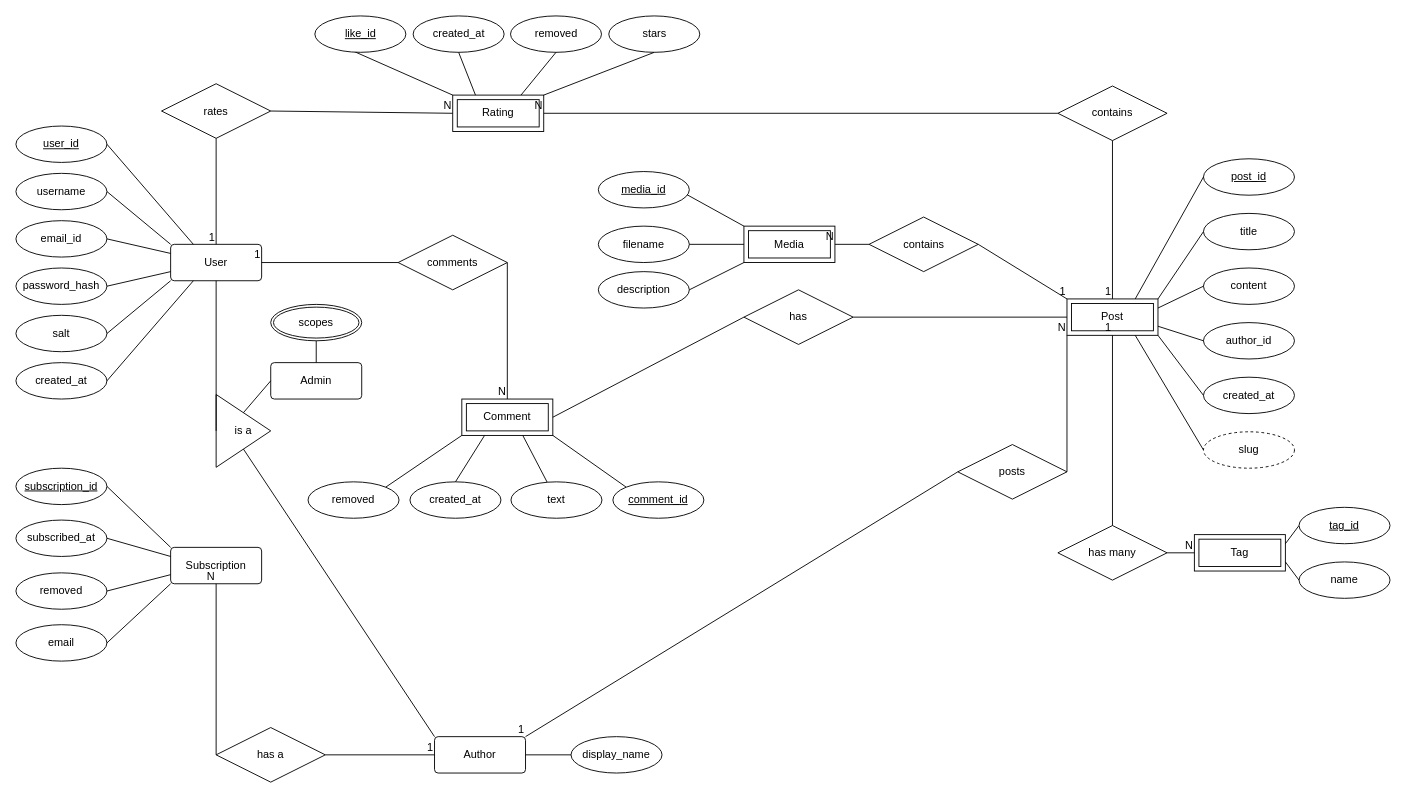
Before: diagrams/Untitled Diagram.drawio in blood-rogue/er-diagram, a draw.io diagram. Source tidied: cells renumbered, new cells numbered last; positions are measured from the earlier drawing's top-left corner, leaving out a move shared by most shapes. Both pictures are drawn from the tidied source at 91%, with x=0, y=0 at pixel (15, 15).
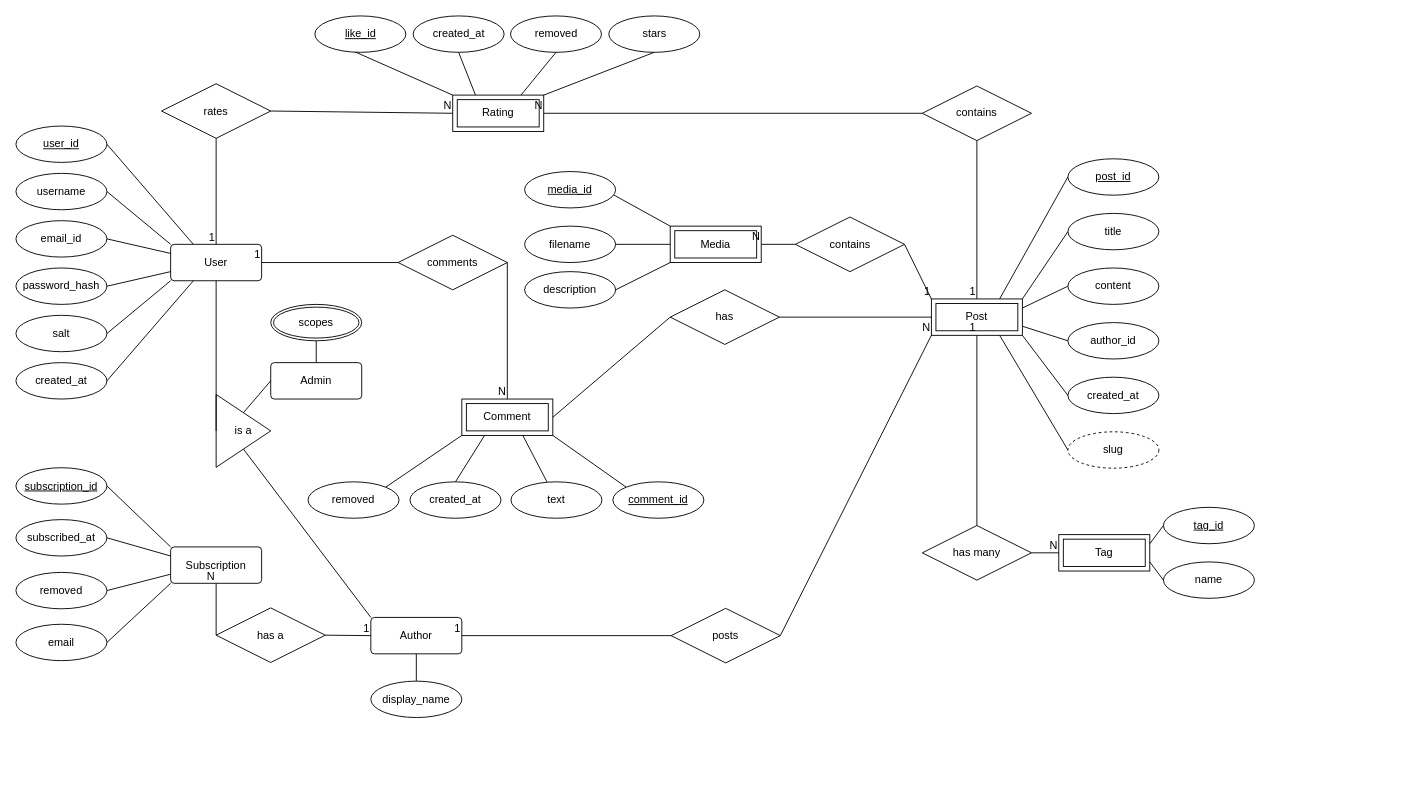
After the change.

Diff of the diagram source:
```diff
@@
     <mxCell id="12" value="Media" style="shape=ext;margin=3;double=1;whiteSpace=wrap;html=1;align=center;" parent="1" vertex="1">
-      <mxGeometry x="800" y="231" width="100" height="40" as="geometry" />
+      <mxGeometry x="719" y="231" width="100" height="40" as="geometry" />
     </mxCell>
@@
     <mxCell id="22" value="Tag" style="shape=ext;margin=3;double=1;whiteSpace=wrap;html=1;align=center;" parent="1" vertex="1">
-      <mxGeometry x="1295" y="570" width="100" height="40" as="geometry" />
+      <mxGeometry x="1146" y="570" width="100" height="40" as="geometry" />
     </mxCell>
@@
     <mxCell id="31" value="Post" style="shape=ext;margin=3;double=1;whiteSpace=wrap;html=1;align=center;" parent="1" vertex="1">
-      <mxGeometry x="1155" y="311" width="100" height="40" as="geometry" />
+      <mxGeometry x="1006" y="311" width="100" height="40" as="geometry" />
     </mxCell>
     <mxCell id="32" value="created_at" style="ellipse;whiteSpace=wrap;html=1;align=center;" parent="1" vertex="1">
-      <mxGeometry x="1305" y="397" width="100" height="40" as="geometry" />
+      <mxGeometry x="1156" y="397" width="100" height="40" as="geometry" />
     </mxCell>
     <mxCell id="33" value="author_id" style="ellipse;whiteSpace=wrap;html=1;align=center;" parent="1" vertex="1">
-      <mxGeometry x="1305" y="337" width="100" height="40" as="geometry" />
+      <mxGeometry x="1156" y="337" width="100" height="40" as="geometry" />
     </mxCell>
     <mxCell id="34" value="content" style="ellipse;whiteSpace=wrap;html=1;align=center;" parent="1" vertex="1">
-      <mxGeometry x="1305" y="277" width="100" height="40" as="geometry" />
+      <mxGeometry x="1156" y="277" width="100" height="40" as="geometry" />
     </mxCell>
     <mxCell id="35" value="title" style="ellipse;whiteSpace=wrap;html=1;align=center;" parent="1" vertex="1">
-      <mxGeometry x="1305" y="217" width="100" height="40" as="geometry" />
+      <mxGeometry x="1156" y="217" width="100" height="40" as="geometry" />
     </mxCell>
@@
     <mxCell id="41" value="subscribed_at" style="ellipse;whiteSpace=wrap;html=1;align=center;" parent="1" vertex="1">
-      <mxGeometry y="554" width="100" height="40" as="geometry" />
+      <mxGeometry y="553.5" width="100" height="40" as="geometry" />
     </mxCell>
     <mxCell id="42" value="removed" style="ellipse;whiteSpace=wrap;html=1;align=center;" parent="1" vertex="1">
-      <mxGeometry y="612" width="100" height="40" as="geometry" />
+      <mxGeometry y="611.5" width="100" height="40" as="geometry" />
     </mxCell>
     <mxCell id="43" value="Subscription" style="rounded=1;arcSize=10;whiteSpace=wrap;html=1;align=center;" parent="1" vertex="1">
-      <mxGeometry x="170" y="584" width="100" height="40" as="geometry" />
+      <mxGeometry x="170" y="583.5" width="100" height="40" as="geometry" />
     </mxCell>
     <mxCell id="44" value="subscription_id" style="ellipse;whiteSpace=wrap;html=1;align=center;fontStyle=4;" parent="1" vertex="1">
-      <mxGeometry y="497" width="100" height="40" as="geometry" />
+      <mxGeometry y="496.5" width="100" height="40" as="geometry" />
     </mxCell>
@@
     <mxCell id="48" value="description" style="ellipse;whiteSpace=wrap;html=1;align=center;" parent="1" vertex="1">
-      <mxGeometry x="640" y="281" width="100" height="40" as="geometry" />
+      <mxGeometry x="559" y="281" width="100" height="40" as="geometry" />
     </mxCell>
     <mxCell id="49" value="filename" style="ellipse;whiteSpace=wrap;html=1;align=center;" parent="1" vertex="1">
-      <mxGeometry x="640" y="231" width="100" height="40" as="geometry" />
+      <mxGeometry x="559" y="231" width="100" height="40" as="geometry" />
     </mxCell>
     <mxCell id="50" style="endArrow=none;html=1;rounded=0;entryX=0;entryY=0;entryDx=0;entryDy=0;exitX=0.961;exitY=0.368;exitDx=0;exitDy=0;exitPerimeter=0;" parent="1" edge="1" target="12">
       <mxGeometry relative="1" as="geometry">
-        <mxPoint x="736.1" y="195.7" as="sourcePoint" />
+        <mxPoint x="655.1" y="195.7" as="sourcePoint" />
       </mxGeometry>
     </mxCell>
@@
     <mxCell id="53" value="name" style="ellipse;whiteSpace=wrap;html=1;align=center;" parent="1" vertex="1">
-      <mxGeometry x="1410" y="600" width="100" height="40" as="geometry" />
+      <mxGeometry x="1261" y="600" width="100" height="40" as="geometry" />
     </mxCell>
@@
     <mxCell id="56" value="email" style="ellipse;whiteSpace=wrap;html=1;align=center;" parent="1" vertex="1">
-      <mxGeometry y="669" width="100" height="40" as="geometry" />
+      <mxGeometry y="668.5" width="100" height="40" as="geometry" />
     </mxCell>
@@
     <mxCell id="62" value="Author" style="rounded=1;arcSize=10;whiteSpace=wrap;html=1;align=center;" parent="1" vertex="1">
-      <mxGeometry x="460" y="792" width="100" height="40" as="geometry" />
+      <mxGeometry x="390" y="661" width="100" height="40" as="geometry" />
     </mxCell>
     <mxCell id="63" value="post_id" style="ellipse;whiteSpace=wrap;html=1;align=center;fontStyle=4;" parent="1" vertex="1">
-      <mxGeometry x="1305" y="157" width="100" height="40" as="geometry" />
+      <mxGeometry x="1156" y="157" width="100" height="40" as="geometry" />
     </mxCell>
@@
     <mxCell id="65" value="tag_id" style="ellipse;whiteSpace=wrap;html=1;align=center;fontStyle=4;" parent="1" vertex="1">
-      <mxGeometry x="1410" y="540" width="100" height="40" as="geometry" />
+      <mxGeometry x="1261" y="540" width="100" height="40" as="geometry" />
     </mxCell>
@@
     <mxCell id="67" value="media_id" style="ellipse;whiteSpace=wrap;html=1;align=center;fontStyle=4;" parent="1" vertex="1">
-      <mxGeometry x="640" y="171" width="100" height="40" as="geometry" />
+      <mxGeometry x="559" y="171" width="100" height="40" as="geometry" />
     </mxCell>
@@
     <mxCell id="70" value="display_name" style="ellipse;whiteSpace=wrap;html=1;align=center;" parent="1" vertex="1">
-      <mxGeometry x="610" y="792" width="100" height="40" as="geometry" />
+      <mxGeometry x="390" y="731" width="100" height="40" as="geometry" />
     </mxCell>
-    <mxCell id="71" style="endArrow=none;html=1;rounded=0;exitX=1;exitY=0.5;exitDx=0;exitDy=0;entryX=0;entryY=0.5;entryDx=0;entryDy=0;" parent="1" edge="1" source="62" target="70">
+    <mxCell id="71" style="endArrow=none;html=1;rounded=0;exitX=0.5;exitY=1;exitDx=0;exitDy=0;entryX=0.5;entryY=0;entryDx=0;entryDy=0;" parent="1" edge="1" source="62" target="70">
       <mxGeometry relative="1" as="geometry" />
     </mxCell>
     <mxCell id="72" value="slug" style="ellipse;whiteSpace=wrap;html=1;align=center;dashed=1;" parent="1" vertex="1">
-      <mxGeometry x="1305" y="457" width="100" height="40" as="geometry" />
+      <mxGeometry x="1156" y="457" width="100" height="40" as="geometry" />
     </mxCell>
@@
     <mxCell id="75" value="has a" style="shape=rhombus;perimeter=rhombusPerimeter;whiteSpace=wrap;html=1;align=center;" parent="1" vertex="1">
-      <mxGeometry x="220" y="782" width="120" height="60" as="geometry" />
+      <mxGeometry x="220" y="650.5" width="120" height="60" as="geometry" />
     </mxCell>
@@
     <mxCell id="80" value="contains" style="shape=rhombus;perimeter=rhombusPerimeter;whiteSpace=wrap;html=1;align=center;" parent="1" vertex="1">
-      <mxGeometry x="937.5" y="221" width="120" height="60" as="geometry" />
+      <mxGeometry x="856.5" y="221" width="120" height="60" as="geometry" />
     </mxCell>
     <mxCell id="81" value="has many" style="shape=rhombus;perimeter=rhombusPerimeter;whiteSpace=wrap;html=1;align=center;" parent="1" vertex="1">
-      <mxGeometry x="1145" y="560" width="120" height="60" as="geometry" />
+      <mxGeometry x="996" y="560" width="120" height="60" as="geometry" />
     </mxCell>
     <mxCell id="82" value="contains" style="shape=rhombus;perimeter=rhombusPerimeter;whiteSpace=wrap;html=1;align=center;" parent="1" vertex="1">
-      <mxGeometry x="1145" y="77" width="120" height="60" as="geometry" />
+      <mxGeometry x="996" y="77" width="120" height="60" as="geometry" />
     </mxCell>
     <mxCell id="83" value="has" style="shape=rhombus;perimeter=rhombusPerimeter;whiteSpace=wrap;html=1;align=center;" parent="1" vertex="1">
-      <mxGeometry x="800" y="301" width="120" height="60" as="geometry" />
+      <mxGeometry x="719" y="301" width="120" height="60" as="geometry" />
     </mxCell>
     <mxCell id="84" value="posts" style="shape=rhombus;perimeter=rhombusPerimeter;whiteSpace=wrap;html=1;align=center;" parent="1" vertex="1">
-      <mxGeometry x="1035" y="471" width="120" height="60" as="geometry" />
+      <mxGeometry x="720" y="651" width="120" height="60" as="geometry" />
     </mxCell>
@@
-    <mxCell id="105" style="endArrow=none;html=1;rounded=0;entryX=1;entryY=0;entryDx=0;entryDy=0;exitX=0;exitY=0.5;exitDx=0;exitDy=0;" parent="1" edge="1" source="84" target="62">
+    <mxCell id="105" style="endArrow=none;html=1;rounded=0;entryX=1;entryY=0.5;entryDx=0;entryDy=0;exitX=0;exitY=0.5;exitDx=0;exitDy=0;" parent="1" edge="1" source="84" target="62">
       <mxGeometry relative="1" as="geometry" />
     </mxCell>
```
